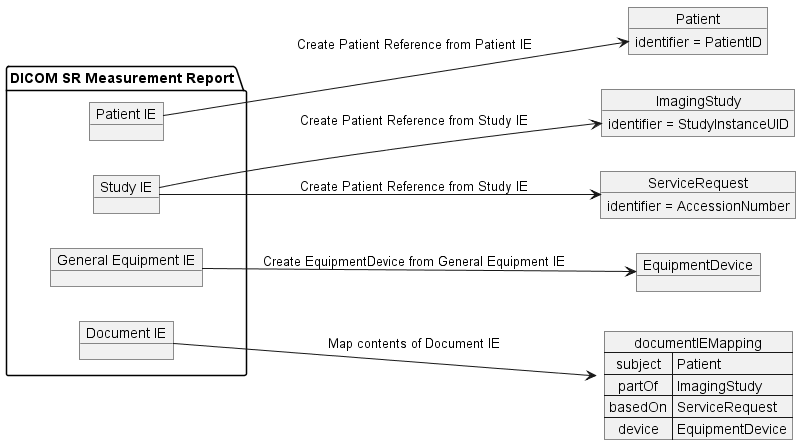
This is input/images/dicom_sr_measurement_report_mapping.png from HL7/dicom-sr, a PlantUML export, as it was before one commit.
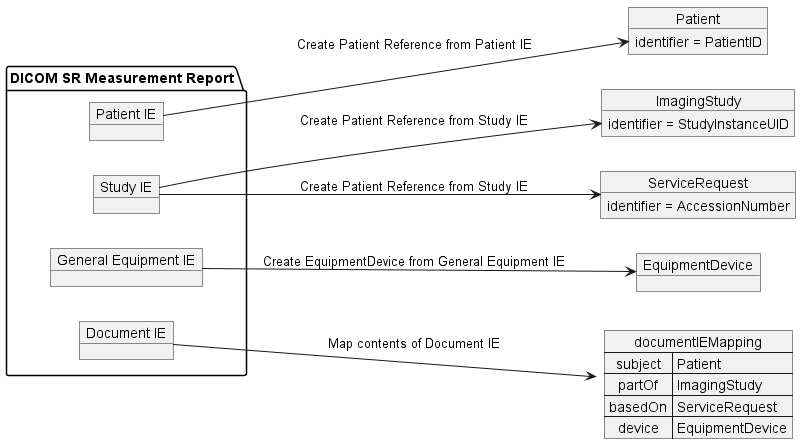
Later version of the same file.

Change to the diagram source:
```diff
@@ -1,4 +1,4 @@
-@startuml dicom_sr_measurement_reportmapping
+@startuml dicom_sr_measurement_report_mapping
 left to right direction
 package "DICOM SR Measurement Report" {
     object "Patient IE" as patientIE
```
